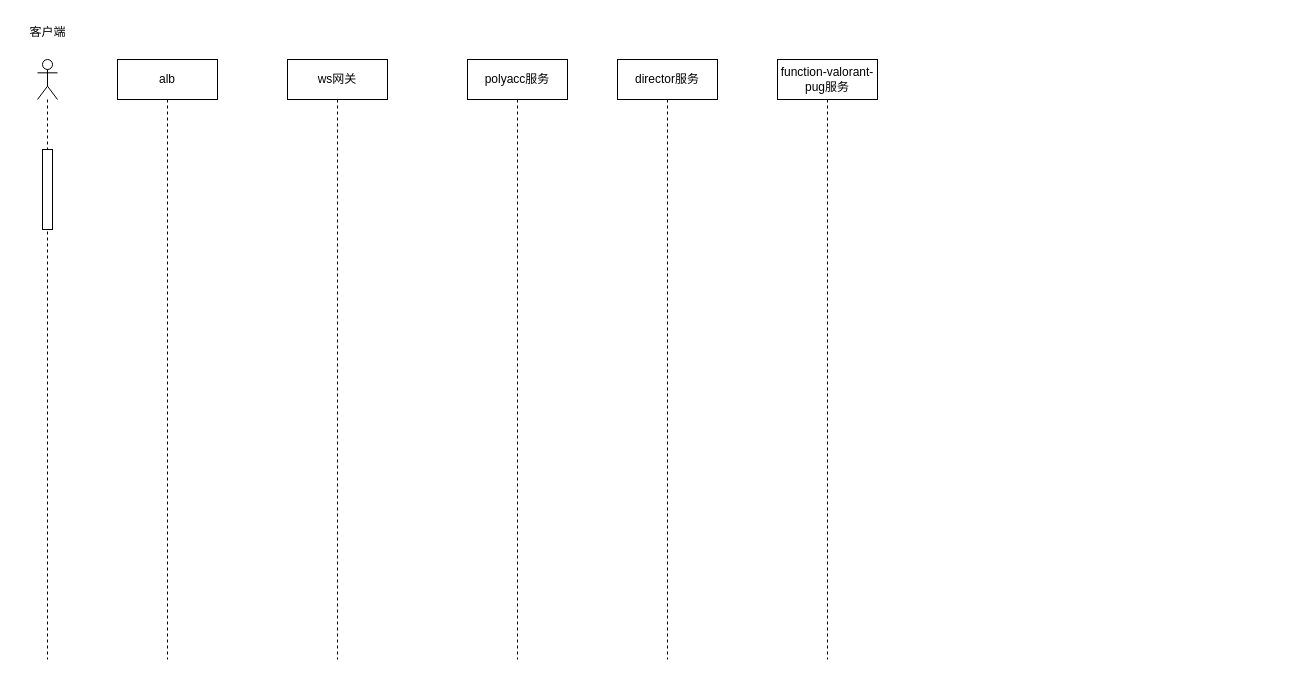
Earlier version of the draw.io diagram 未命名绘图.drawio (haozhi-ly/test). Source tidied: cells renumbered, new cells numbered last; positions are measured from the earlier drawing's top-left corner, leaving out a move shared by most shapes. Both pictures are drawn from the tidied source at 100%, with x=0, y=0 at pixel (17, 17).
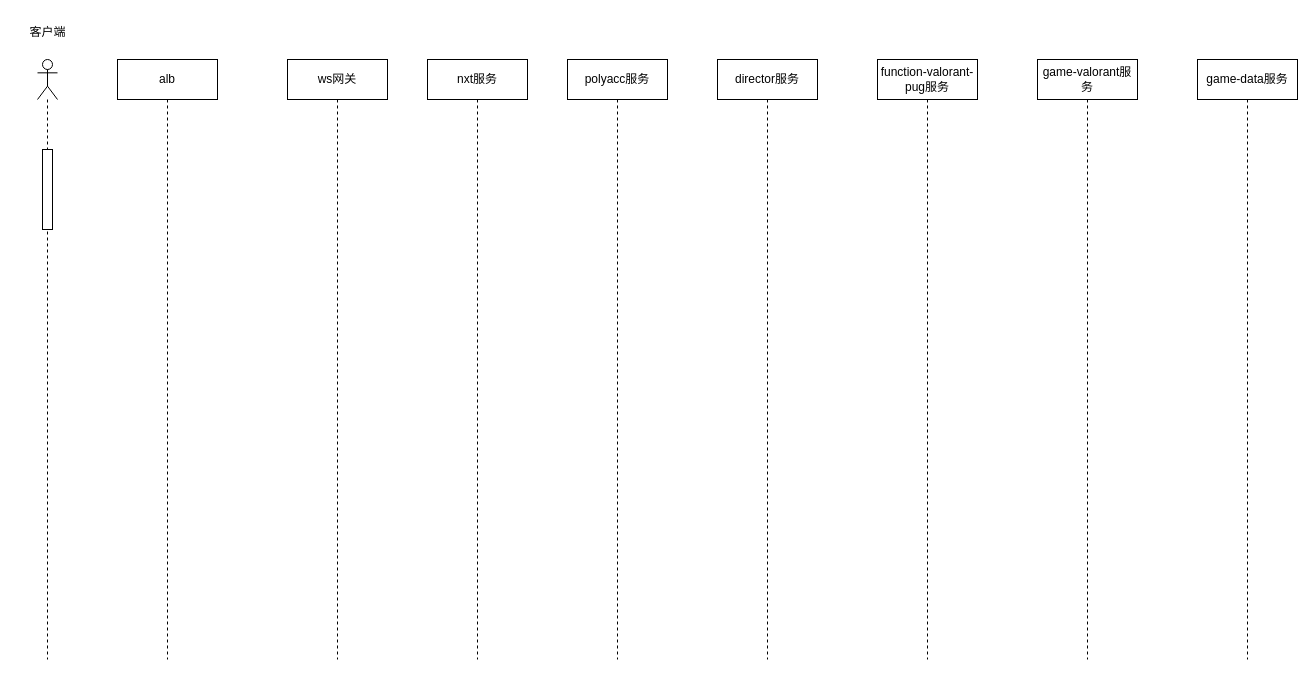
The same diagram, later.

Change to the diagram source:
```diff
@@
 <mxGraphModel>
   <root>
     <mxCell id="0" />
     <mxCell id="1" parent="0" />
     <mxCell id="2" style="shape=umlLifeline;perimeter=lifelinePerimeter;whiteSpace=wrap;html=1;newEdgeStyle={&quot;curved&quot;:0,&quot;rounded&quot;:0};participant=umlActor;" parent="1" vertex="1">
       <mxGeometry x="20" y="42" width="20" height="600" as="geometry" />
     </mxCell>
     <mxCell id="3" style="html=1;perimeter=orthogonalPerimeter;targetShapes=umlLifeline;newEdgeStyle={&quot;curved&quot;:0,&quot;rounded&quot;:0};" parent="2" vertex="1">
       <mxGeometry x="5" y="90" width="10" height="80" as="geometry" />
     </mxCell>
     <mxCell id="4" value="客户端" style="text;html=1;align=center;verticalAlign=middle;strokeColor=none;fillColor=none;" parent="1" vertex="1">
       <mxGeometry width="60" height="30" as="geometry" />
     </mxCell>
     <mxCell id="5" value="alb" style="shape=umlLifeline;perimeter=lifelinePerimeter;whiteSpace=wrap;html=1;newEdgeStyle={&quot;curved&quot;:0,&quot;rounded&quot;:0};" parent="1" vertex="1">
       <mxGeometry x="100" y="42" width="100" height="600" as="geometry" />
     </mxCell>
     <mxCell id="6" value="ws网关" style="shape=umlLifeline;perimeter=lifelinePerimeter;whiteSpace=wrap;html=1;newEdgeStyle={&quot;curved&quot;:0,&quot;rounded&quot;:0};" parent="1" vertex="1">
       <mxGeometry x="270" y="42" width="100" height="600" as="geometry" />
     </mxCell>
     <mxCell id="7" value="&lt;span style=&quot;white-space-collapse: preserve; background-color: transparent; color: light-dark(rgb(0, 0, 0), rgb(255, 255, 255));&quot;&gt;polyacc&lt;/span&gt;服务" style="shape=umlLifeline;perimeter=lifelinePerimeter;whiteSpace=wrap;html=1;newEdgeStyle={&quot;curved&quot;:0,&quot;rounded&quot;:0};" parent="1" vertex="1">
-      <mxGeometry x="450" y="42" width="100" height="600" as="geometry" />
+      <mxGeometry x="550" y="42" width="100" height="600" as="geometry" />
     </mxCell>
     <mxCell id="8" value="&lt;span style=&quot;white-space-collapse: preserve;&quot;&gt;director服务&lt;/span&gt;" style="shape=umlLifeline;perimeter=lifelinePerimeter;whiteSpace=wrap;html=1;newEdgeStyle={&quot;curved&quot;:0,&quot;rounded&quot;:0};" parent="1" vertex="1">
-      <mxGeometry x="600" y="42" width="100" height="600" as="geometry" />
+      <mxGeometry x="700" y="42" width="100" height="600" as="geometry" />
     </mxCell>
     <mxCell id="9" value="&lt;div style=&quot;white-space-collapse: preserve;&quot;&gt;function-valorant-pug服务&lt;/div&gt;" style="shape=umlLifeline;perimeter=lifelinePerimeter;whiteSpace=wrap;html=1;newEdgeStyle={&quot;curved&quot;:0,&quot;rounded&quot;:0};" parent="1" vertex="1">
-      <mxGeometry x="760" y="42" width="100" height="600" as="geometry" />
+      <mxGeometry x="860" y="42" width="100" height="600" as="geometry" />
     </mxCell>
+    <mxCell id="10" value="&lt;div style=&quot;white-space-collapse: preserve;&quot;&gt;&lt;span style=&quot;background-color: transparent; color: light-dark(rgb(0, 0, 0), rgb(255, 255, 255));&quot;&gt;game-valorant&lt;/span&gt;服务&lt;/div&gt;" style="shape=umlLifeline;perimeter=lifelinePerimeter;whiteSpace=wrap;html=1;newEdgeStyle={&quot;curved&quot;:0,&quot;rounded&quot;:0};" parent="1" vertex="1">
+      <mxGeometry x="1020" y="42" width="100" height="600" as="geometry" />
+    </mxCell>
+    <mxCell id="11" value="&lt;span style=&quot;white-space-collapse: preserve; background-color: transparent; color: light-dark(rgb(0, 0, 0), rgb(255, 255, 255));&quot;&gt;nxt&lt;/span&gt;服务" style="shape=umlLifeline;perimeter=lifelinePerimeter;whiteSpace=wrap;html=1;newEdgeStyle={&quot;curved&quot;:0,&quot;rounded&quot;:0};" parent="1" vertex="1">
+      <mxGeometry x="410" y="42" width="100" height="600" as="geometry" />
+    </mxCell>
+    <mxCell id="12" value="&lt;div style=&quot;white-space-collapse: preserve;&quot;&gt;&lt;span style=&quot;background-color: transparent; color: light-dark(rgb(0, 0, 0), rgb(255, 255, 255));&quot;&gt;game-data&lt;/span&gt;服务&lt;/div&gt;" style="shape=umlLifeline;perimeter=lifelinePerimeter;whiteSpace=wrap;html=1;newEdgeStyle={&quot;curved&quot;:0,&quot;rounded&quot;:0};" parent="1" vertex="1">
+      <mxGeometry x="1180" y="42" width="100" height="600" as="geometry" />
+    </mxCell>
   </root>
 </mxGraphModel>
```
